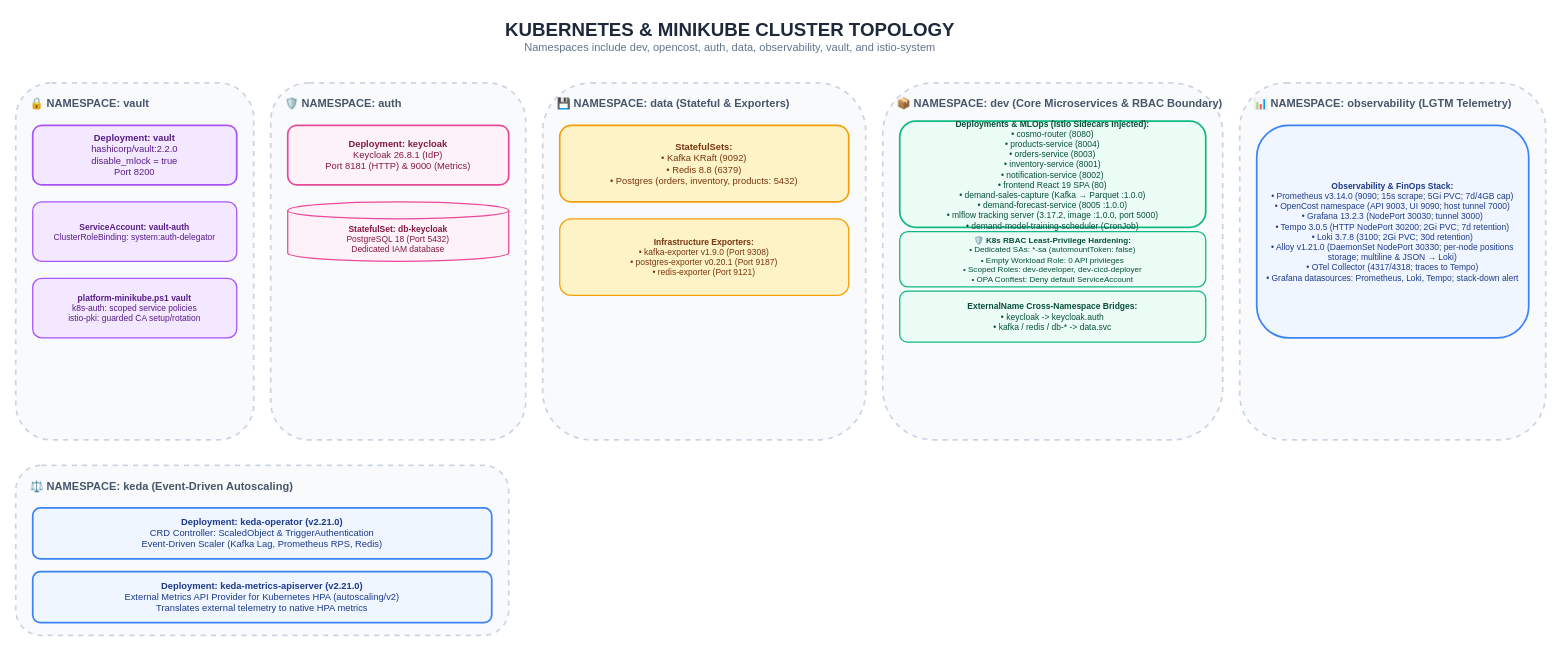
This is page "6. Kubernetes & Minikube Cluster Topology" (6 of 16) of docs/Diagrams.drawio from GeorgeGxx/microservices-architecture, a draw.io file, before an edit. Source tidied: cells renumbered, new cells numbered last; positions are measured from the earlier drawing's top-left corner, leaving out a move shared by most shapes. Both pictures are drawn from the tidied source at 85%, with x=0, y=0 at pixel (15, 14).
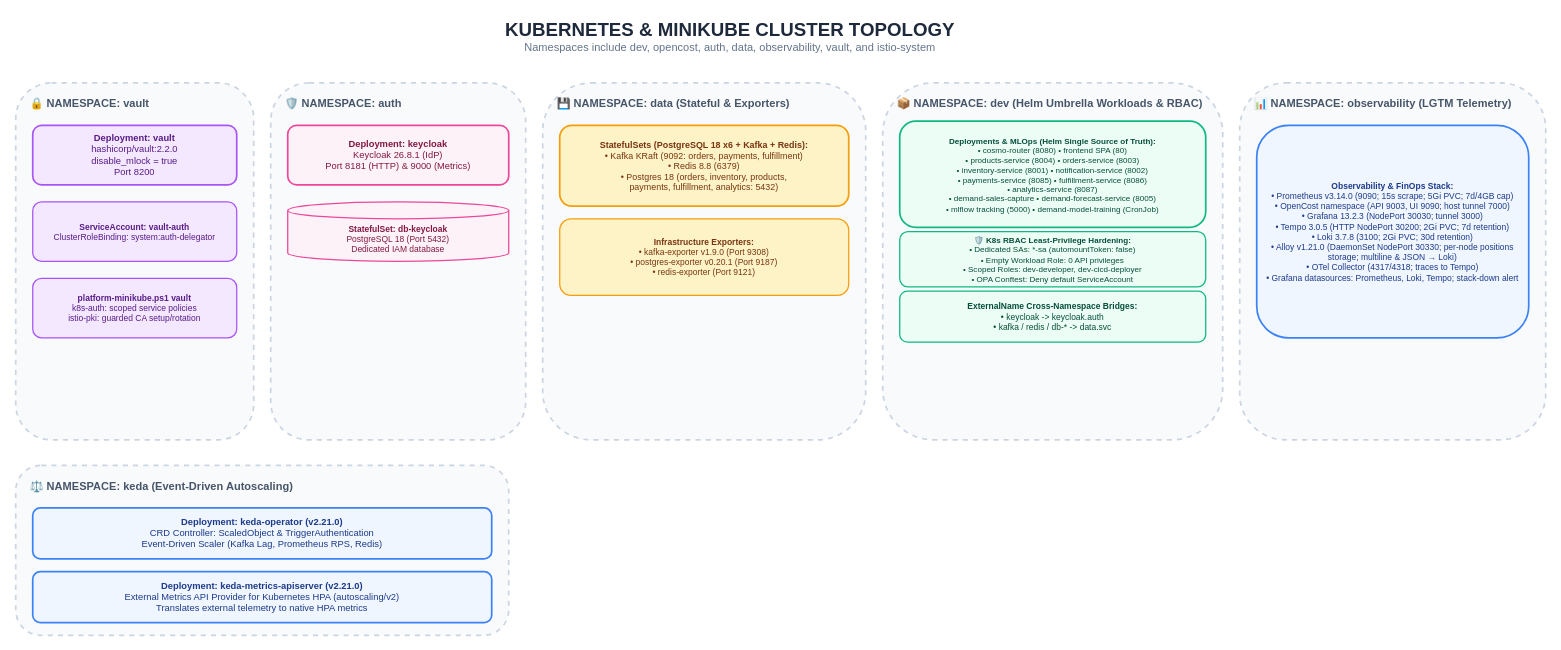
Above is the later version.

What changed in the source:
```diff
@@
-    <mxCell id="11" value="&lt;b&gt;StatefulSets:&lt;/b&gt;&lt;br&gt;• Kafka KRaft (9092)&lt;br&gt;• Redis 8.8 (6379)&lt;br&gt;• Postgres (orders, inventory, products: 5432)" style="rounded=1;whiteSpace=wrap;html=1;fillColor=#FEF3C7;strokeColor=#F59E0B;strokeWidth=2;fontColor=#78350F;fontSize=11;" parent="1" vertex="1">
-      <mxGeometry x="640" y="130" width="340" height="90" as="geometry" />
+    <mxCell id="11" value="&lt;b&gt;StatefulSets (PostgreSQL 18 x6 + Kafka + Redis):&lt;/b&gt;&lt;br&gt;• Kafka KRaft (9092: orders, payments, fulfillment)&lt;br&gt;• Redis 8.8 (6379)&lt;br&gt;• Postgres 18 (orders, inventory, products,&lt;br&gt;  payments, fulfillment, analytics: 5432)" style="rounded=1;whiteSpace=wrap;html=1;fillColor=#FEF3C7;strokeColor=#F59E0B;strokeWidth=2;fontColor=#78350F;fontSize=10.5;" parent="1" vertex="1">
+      <mxGeometry x="640" y="130" width="340" height="95" as="geometry" />
     </mxCell>
@@
-    <mxCell id="13" value="&lt;b&gt;📦 NAMESPACE: dev (Core Microservices &amp; RBAC Boundary)&lt;/b&gt;" style="rounded=1;whiteSpace=wrap;html=1;fillColor=#F8FAFC;strokeColor=#CBD5E1;strokeWidth=2;verticalAlign=top;align=left;spacingLeft=15;spacingTop=10;fontColor=#475569;fontSize=13;dashed=1;" parent="1" vertex="1">
+    <mxCell id="13" value="&lt;b&gt;📦 NAMESPACE: dev (Helm Umbrella Workloads &amp; RBAC)&lt;/b&gt;" style="rounded=1;whiteSpace=wrap;html=1;fillColor=#F8FAFC;strokeColor=#CBD5E1;strokeWidth=2;verticalAlign=top;align=left;spacingLeft=15;spacingTop=10;fontColor=#475569;fontSize=13;dashed=1;" parent="1" vertex="1">
       <mxGeometry x="1020" y="80" width="400" height="420" as="geometry" />
     </mxCell>
-    <mxCell id="14" value="&lt;b&gt;Deployments &amp; MLOps (Istio Sidecars Injected):&lt;/b&gt;&lt;br&gt;• cosmo-router (8080)&lt;br&gt;• products-service (8004)&lt;br&gt;• orders-service (8003)&lt;br&gt;• inventory-service (8001)&lt;br&gt;• notification-service (8002)&lt;br&gt;• frontend React 19 SPA (80)&lt;br&gt;• demand-sales-capture (Kafka → Parquet :1.0.0)&lt;br&gt;• demand-forecast-service (8005 :1.0.0)&lt;br&gt;• mlflow tracking server (3.17.2, image :1.0.0, port 5000)&lt;br&gt;• demand-model-training-scheduler (CronJob)" style="rounded=1;whiteSpace=wrap;html=1;fillColor=#ECFDF5;strokeColor=#10B981;strokeWidth=2;fontColor=#064E3B;fontSize=10;" parent="1" vertex="1">
+    <mxCell id="14" value="&lt;b&gt;Deployments &amp; MLOps (Helm Single Source of Truth):&lt;/b&gt;&lt;br&gt;• cosmo-router (8080) • frontend SPA (80)&lt;br&gt;• products-service (8004) • orders-service (8003)&lt;br&gt;• inventory-service (8001) • notification-service (8002)&lt;br&gt;• payments-service (8085) • fulfillment-service (8086)&lt;br&gt;• analytics-service (8087)&lt;br&gt;• demand-sales-capture • demand-forecast-service (8005)&lt;br&gt;• mlflow tracking (5000) • demand-model-training (CronJob)" style="rounded=1;whiteSpace=wrap;html=1;fillColor=#ECFDF5;strokeColor=#10B981;strokeWidth=2;fontColor=#064E3B;fontSize=9.5;" parent="1" vertex="1">
       <mxGeometry x="1040" y="125" width="360" height="125" as="geometry" />
     </mxCell>
```
